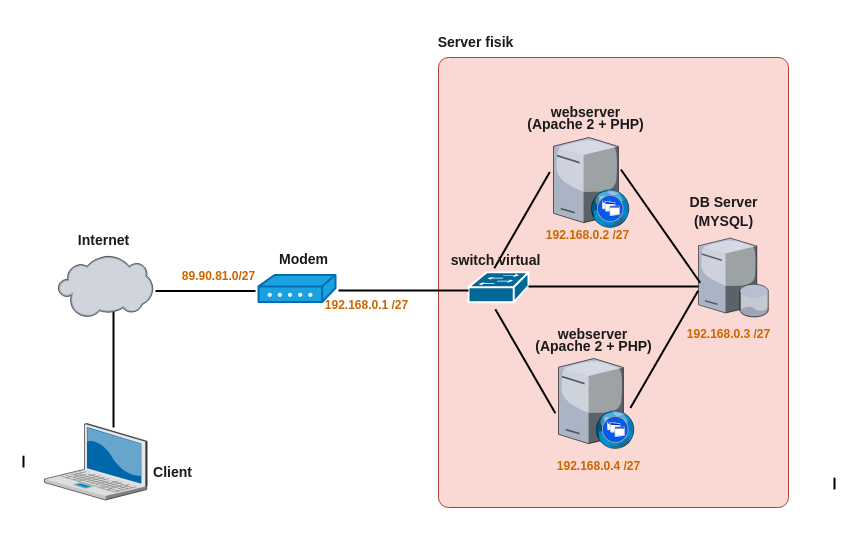
Above: Untitled Diagram.drawio in AjinNF/Diagrams (draw.io), before the change. Source tidied: cells renumbered, new cells numbered last; positions are measured from the earlier drawing's top-left corner, leaving out a move shared by most shapes. Both pictures are drawn from the tidied source at 100%, with x=0, y=0 at pixel (18, 17).
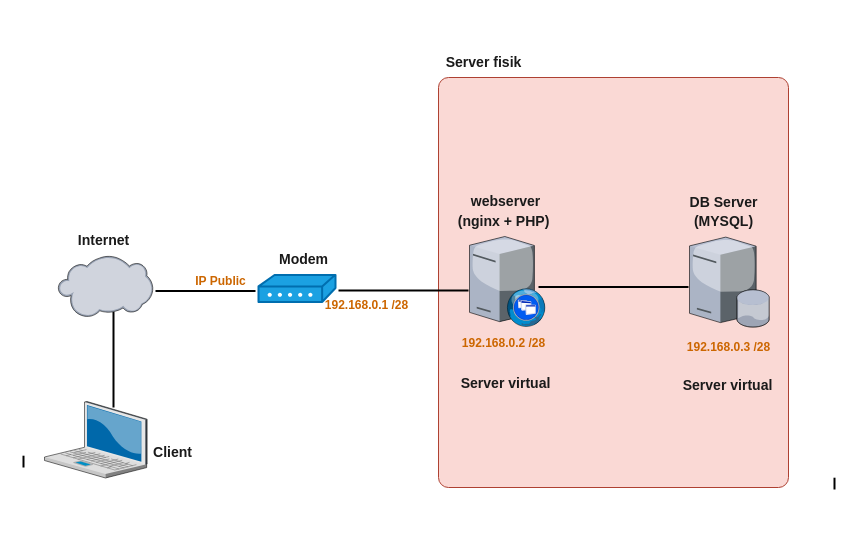
After the change.

Diff of the diagram source:
```diff
@@
     <mxCell id="2" style="html=1;outlineConnect=0;whiteSpace=wrap;fillColor=#fad9d5;shape=mxgraph.archimate3.application;archiType=rounded;strokeColor=#ae4132;" parent="1" vertex="1">
-      <mxGeometry x="420" y="40" width="350" height="450" as="geometry" />
+      <mxGeometry x="420" y="60" width="350" height="410" as="geometry" />
     </mxCell>
     <mxCell id="3" style="verticalLabelPosition=bottom;html=1;verticalAlign=top;strokeColor=none;align=center;shape=mxgraph.citrix.database_server;fillColor=#FFE45E;fontColor=#5AA9E6;" parent="1" vertex="1">
-      <mxGeometry x="680" y="220.6" width="70" height="78.8" as="geometry" />
+      <mxGeometry x="671" y="219.6" width="80" height="90" as="geometry" />
     </mxCell>
@@
     <mxCell id="5" style="verticalLabelPosition=bottom;html=1;verticalAlign=top;strokeColor=none;align=center;shape=mxgraph.citrix.laptop_2;fillColor=#FFE45E;fontColor=#5AA9E6;direction=east;" parent="1" vertex="1">
-      <mxGeometry x="26" y="406" width="102.6" height="76.5" as="geometry" />
+      <mxGeometry x="26" y="384" width="102.6" height="76.5" as="geometry" />
     </mxCell>
     <mxCell id="6" style="verticalLabelPosition=bottom;html=1;verticalAlign=top;strokeColor=none;align=center;shape=mxgraph.citrix.xenapp_web;fillColor=#FFE45E;fontColor=#5AA9E6;" parent="1" vertex="1">
-      <mxGeometry x="535" y="120" width="76" height="90" as="geometry" />
+      <mxGeometry x="451" y="219" width="76" height="90" as="geometry" />
     </mxCell>
@@
-    <mxCell id="9" style="verticalLabelPosition=bottom;html=1;verticalAlign=top;strokeColor=none;align=center;shape=mxgraph.citrix.xenapp_web;fillColor=#FFE45E;fontColor=#5AA9E6;" parent="1" vertex="1">
-      <mxGeometry x="540" y="341" width="76" height="90" as="geometry" />
-    </mxCell>
     <mxCell id="10" value="&lt;h3&gt;&lt;b&gt;&lt;font color=&quot;#1a1a1a&quot;&gt;webserver&lt;/font&gt;&lt;/b&gt;&lt;/h3&gt;&lt;div&gt;&lt;br&gt;&lt;/div&gt;" style="text;html=1;align=center;verticalAlign=middle;fillColor=none;strokeColor=none;rounded=0;sketch=0;fontColor=#5AA9E6;" parent="1" vertex="1">
-      <mxGeometry x="527" y="72" width="80" height="60" as="geometry" />
+      <mxGeometry x="447" y="160.6" width="80" height="60" as="geometry" />
     </mxCell>
-    <mxCell id="11" style="shape=mxgraph.cisco.switches.workgroup_switch;html=1;dashed=0;fillColor=#036897;strokeColor=#ffffff;strokeWidth=2;verticalLabelPosition=bottom;verticalAlign=top;align=center;rounded=0;sketch=0;fontColor=#5AA9E6;" parent="1" vertex="1">
-      <mxGeometry x="450" y="254.8" width="60" height="30" as="geometry" />
-    </mxCell>
-    <mxCell id="12" value="&lt;h3&gt;&lt;font color=&quot;#1a1a1a&quot;&gt;(Apache 2 + PHP)&lt;/font&gt;&lt;/h3&gt;" style="text;html=1;align=center;verticalAlign=middle;fillColor=none;strokeColor=none;rounded=0;sketch=0;fontColor=#5AA9E6;" parent="1" vertex="1">
-      <mxGeometry x="502" y="82" width="130" height="50" as="geometry" />
+    <mxCell id="12" value="&lt;h3&gt;&lt;font color=&quot;#1a1a1a&quot;&gt;(nginx + PHP)&lt;/font&gt;&lt;/h3&gt;" style="text;html=1;align=center;verticalAlign=middle;fillColor=none;strokeColor=none;rounded=0;sketch=0;fontColor=#5AA9E6;" parent="1" vertex="1">
+      <mxGeometry x="430" y="179" width="110" height="50" as="geometry" />
     </mxCell>
-    <mxCell id="13" value="&lt;h3&gt;&lt;font color=&quot;#1a1a1a&quot;&gt;(Apache 2 + PHP)&lt;/font&gt;&lt;/h3&gt;" style="text;html=1;align=center;verticalAlign=middle;fillColor=none;strokeColor=none;rounded=0;sketch=0;fontColor=#5AA9E6;" parent="1" vertex="1">
-      <mxGeometry x="510" y="304.4" width="130" height="50" as="geometry" />
-    </mxCell>
-    <mxCell id="14" value="&lt;h3&gt;&lt;b&gt;&lt;font color=&quot;#1a1a1a&quot;&gt;webserver&lt;/font&gt;&lt;/b&gt;&lt;/h3&gt;&lt;div&gt;&lt;br&gt;&lt;/div&gt;" style="text;html=1;align=center;verticalAlign=middle;fillColor=none;strokeColor=none;rounded=0;sketch=0;fontColor=#5AA9E6;" parent="1" vertex="1">
-      <mxGeometry x="534" y="294.4" width="80" height="60" as="geometry" />
-    </mxCell>
@@
-    <mxCell id="17" value="&lt;h3&gt;&lt;font style=&quot;font-size: 12px&quot; color=&quot;#cc6600&quot;&gt;192.168.0.2 /27&lt;/font&gt;&lt;/h3&gt;" style="text;html=1;align=center;verticalAlign=middle;fillColor=none;strokeColor=none;rounded=0;sketch=0;fontColor=#5AA9E6;" parent="1" vertex="1">
-      <mxGeometry x="519" y="191.5" width="100" height="50" as="geometry" />
+    <mxCell id="17" value="&lt;h3&gt;&lt;font style=&quot;font-size: 12px&quot; color=&quot;#cc6600&quot;&gt;192.168.0.2 /28&lt;/font&gt;&lt;/h3&gt;" style="text;html=1;align=center;verticalAlign=middle;fillColor=none;strokeColor=none;rounded=0;sketch=0;fontColor=#5AA9E6;" parent="1" vertex="1">
+      <mxGeometry x="435" y="300" width="100" height="50" as="geometry" />
     </mxCell>
-    <mxCell id="18" value="&lt;h3&gt;&lt;font style=&quot;font-size: 12px&quot; color=&quot;#cc6600&quot;&gt;192.168.0.3 /27&lt;/font&gt;&lt;/h3&gt;" style="text;html=1;align=center;verticalAlign=middle;fillColor=none;strokeColor=none;rounded=0;sketch=0;fontColor=#5AA9E6;" parent="1" vertex="1">
-      <mxGeometry x="660" y="291" width="100" height="50" as="geometry" />
+    <mxCell id="18" value="&lt;h3&gt;&lt;font style=&quot;font-size: 12px&quot; color=&quot;#cc6600&quot;&gt;192.168.0.3 /28&lt;/font&gt;&lt;/h3&gt;" style="text;html=1;align=center;verticalAlign=middle;fillColor=none;strokeColor=none;rounded=0;sketch=0;fontColor=#5AA9E6;" parent="1" vertex="1">
+      <mxGeometry x="660" y="304" width="100" height="50" as="geometry" />
     </mxCell>
-    <mxCell id="19" value="&lt;h3&gt;&lt;font style=&quot;font-size: 12px&quot; color=&quot;#cc6600&quot;&gt;192.168.0.4 /27&lt;/font&gt;&lt;/h3&gt;" style="text;html=1;align=center;verticalAlign=middle;fillColor=none;strokeColor=none;rounded=0;sketch=0;fontColor=#5AA9E6;" parent="1" vertex="1">
-      <mxGeometry x="530" y="423.2" width="100" height="50" as="geometry" />
-    </mxCell>
-    <mxCell id="20" value="&lt;h3&gt;&lt;font style=&quot;font-size: 12px&quot; color=&quot;#cc6600&quot;&gt;192.168.0.1 /27&lt;/font&gt;&lt;/h3&gt;" style="text;html=1;align=center;verticalAlign=middle;fillColor=none;strokeColor=none;rounded=0;sketch=0;fontColor=#5AA9E6;" parent="1" vertex="1">
+    <mxCell id="20" value="&lt;h3&gt;&lt;font style=&quot;font-size: 12px&quot; color=&quot;#cc6600&quot;&gt;192.168.0.1 /28&lt;/font&gt;&lt;/h3&gt;" style="text;html=1;align=center;verticalAlign=middle;fillColor=none;strokeColor=none;rounded=0;sketch=0;fontColor=#5AA9E6;" parent="1" vertex="1">
       <mxGeometry x="298" y="262" width="100" height="50" as="geometry" />
     </mxCell>
-    <mxCell id="21" value="&lt;h3&gt;&lt;font style=&quot;font-size: 12px&quot; color=&quot;#cc6600&quot;&gt;89.90.81.0/27&lt;/font&gt;&lt;/h3&gt;" style="text;html=1;align=center;verticalAlign=middle;fillColor=none;strokeColor=none;rounded=0;sketch=0;fontColor=#5AA9E6;" parent="1" vertex="1">
-      <mxGeometry x="155" y="233" width="90" height="50" as="geometry" />
+    <mxCell id="21" value="&lt;h3&gt;&lt;font color=&quot;#cc6600&quot;&gt;&lt;span style=&quot;font-size: 12px&quot;&gt;IP Public&lt;/span&gt;&lt;/font&gt;&lt;/h3&gt;" style="text;html=1;align=center;verticalAlign=middle;fillColor=none;strokeColor=none;rounded=0;sketch=0;fontColor=#5AA9E6;" parent="1" vertex="1">
+      <mxGeometry x="167" y="238" width="70" height="50" as="geometry" />
     </mxCell>
@@
     <mxCell id="24" value="&lt;h3&gt;&lt;font color=&quot;#1a1a1a&quot;&gt;Client&lt;/font&gt;&lt;/h3&gt;" style="text;html=1;align=center;verticalAlign=middle;fillColor=none;strokeColor=none;rounded=0;sketch=0;fontColor=#5AA9E6;" parent="1" vertex="1">
-      <mxGeometry x="128.6" y="430" width="50" height="50" as="geometry" />
+      <mxGeometry x="128.6" y="410.2" width="50" height="50" as="geometry" />
     </mxCell>
     <mxCell id="25" value="&lt;h3&gt;&lt;font color=&quot;#1a1a1a&quot;&gt;Server fisik&lt;/font&gt;&lt;/h3&gt;" style="text;html=1;align=center;verticalAlign=middle;fillColor=none;strokeColor=none;rounded=0;sketch=0;fontColor=#5AA9E6;" parent="1" vertex="1">
-      <mxGeometry x="412" width="90" height="50" as="geometry" />
+      <mxGeometry x="420" y="20" width="90" height="50" as="geometry" />
     </mxCell>
-    <mxCell id="26" style="line;strokeWidth=2;html=1;rounded=0;sketch=0;fillColor=#FFE45E;fontColor=#5AA9E6;" parent="1" vertex="1">
-      <mxGeometry x="510" y="264" width="170" height="10" as="geometry" />
-    </mxCell>
@@
     <mxCell id="29" style="line;strokeWidth=2;direction=south;html=1;rounded=0;sketch=0;fillColor=#FFE45E;fontColor=#5AA9E6;" parent="1" vertex="1">
-      <mxGeometry x="90" y="294.4" width="10" height="115.6" as="geometry" />
+      <mxGeometry x="90" y="294.4" width="10" height="95.6" as="geometry" />
     </mxCell>
-    <mxCell id="30" style="line;strokeWidth=2;html=1;rounded=0;sketch=0;fillColor=#FFE45E;fontColor=#5AA9E6;rotation=-60;" parent="1" vertex="1">
-      <mxGeometry x="448" y="141.9" width="111.1" height="121.6" as="geometry" />
-    </mxCell>
-    <mxCell id="31" style="line;strokeWidth=2;html=1;rounded=0;sketch=0;fillColor=#FFE45E;fontColor=#5AA9E6;rotation=-120;" parent="1" vertex="1">
-      <mxGeometry x="446.8" y="282.9" width="120.1" height="121.6" as="geometry" />
-    </mxCell>
-    <mxCell id="32" value="&lt;h3&gt;&lt;font color=&quot;#1a1a1a&quot;&gt;switch virtual&lt;/font&gt;&lt;/h3&gt;" style="text;html=1;align=center;verticalAlign=middle;fillColor=none;strokeColor=none;rounded=0;sketch=0;fontColor=#5AA9E6;" parent="1" vertex="1">
-      <mxGeometry x="422" y="218" width="110" height="50" as="geometry" />
-    </mxCell>
-    <mxCell id="33" style="line;strokeWidth=2;html=1;rounded=0;sketch=0;fillColor=#FFE45E;fontColor=#5AA9E6;rotation=-125;" parent="1" vertex="1">
-      <mxGeometry x="572.9" y="147.8" width="138.3" height="121.6" as="geometry" />
-    </mxCell>
-    <mxCell id="34" style="line;strokeWidth=2;html=1;rounded=0;sketch=0;fillColor=#FFE45E;fontColor=#5AA9E6;rotation=-60;" parent="1" vertex="1">
-      <mxGeometry x="578" y="302.4" width="135.5" height="59" as="geometry" />
-    </mxCell>
@@
+    <mxCell id="37" value="&lt;h3&gt;&lt;font color=&quot;#1a1a1a&quot;&gt;Server virtual&lt;/font&gt;&lt;/h3&gt;" style="text;html=1;align=center;verticalAlign=middle;fillColor=none;strokeColor=none;rounded=0;sketch=0;fontColor=#5AA9E6;" parent="1" vertex="1">
+      <mxGeometry x="432" y="341" width="110" height="50" as="geometry" />
+    </mxCell>
+    <mxCell id="38" value="&lt;h3&gt;&lt;font color=&quot;#1a1a1a&quot;&gt;Server virtual&lt;/font&gt;&lt;/h3&gt;" style="text;html=1;align=center;verticalAlign=middle;fillColor=none;strokeColor=none;rounded=0;sketch=0;fontColor=#5AA9E6;" parent="1" vertex="1">
+      <mxGeometry x="654" y="343" width="110" height="50" as="geometry" />
+    </mxCell>
+    <mxCell id="39" style="line;strokeWidth=2;html=1;rounded=0;sketch=0;fillColor=#FFE45E;fontColor=#5AA9E6;" parent="1" vertex="1">
+      <mxGeometry x="520" y="254.5" width="150" height="30" as="geometry" />
+    </mxCell>
```
